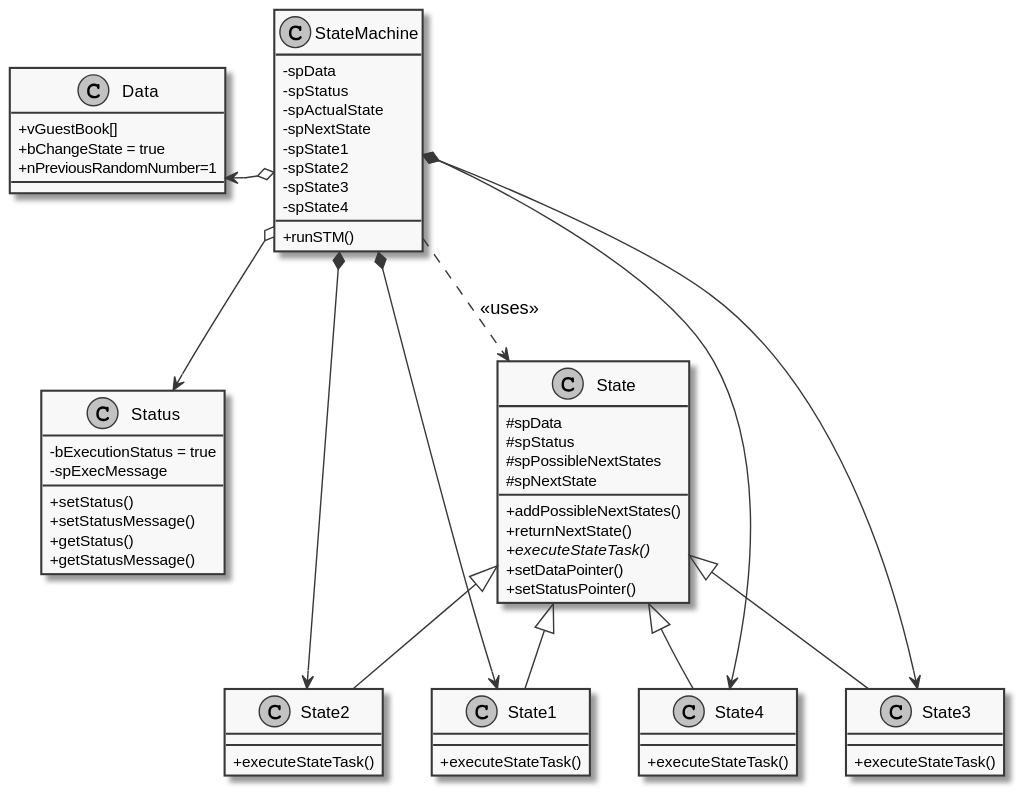
This is ClassDiagram.svg from VPERepos/StateMachineDesignPattern, a PlantUML export, as it was before one commit.
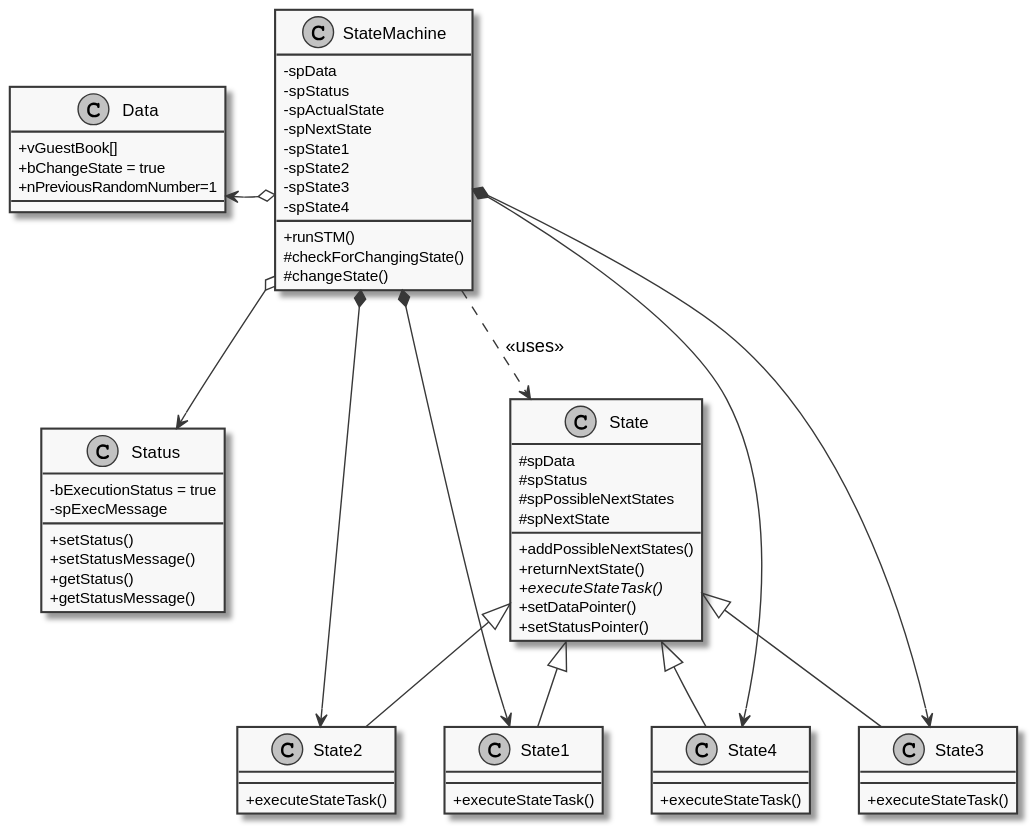
The same diagram one commit later.

The edit, as a diff of the source:
```diff
@@ -29,6 +29,8 @@
     -spState3
     -spState4
     +runSTM()
+    #checkForChangingState()
+    #changeState()
 }
 
 class State{
```
